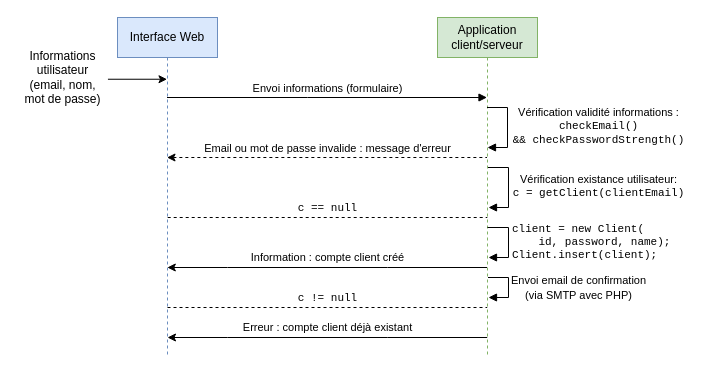
The draw.io diagram DAT/drawio/SSD-creation-compte.drawio in AlexisOsmont/Protection_et_gestion_des_licences, before the edit. Source tidied: cells renumbered, new cells numbered last; positions are measured from the earlier drawing's top-left corner, leaving out a move shared by most shapes. Both pictures are drawn from the tidied source at 100%, with x=0, y=0 at pixel (17, 17).
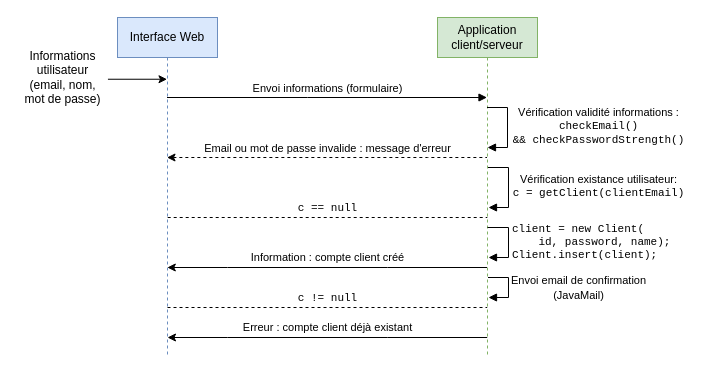
The same page after the edit.

Unchanged cells that the change refers to:
```xml
<mxCell id="3" value="&lt;div&gt;Application&lt;/div&gt;&lt;div&gt;client/serveur&lt;/div&gt;" style="shape=umlLifeline;perimeter=lifelinePerimeter;whiteSpace=wrap;html=1;outlineConnect=0;fillColor=#d5e8d4;strokeColor=#82b366;" parent="1" vertex="1">
  <mxGeometry x="420" width="100" height="340" as="geometry" />
</mxCell>
```

Change to the diagram source:
```diff
@@
-    <mxCell id="6" value="&lt;div&gt;&lt;font face=&quot;Helvetica&quot;&gt;Envoi email de confirmation&lt;/font&gt;&lt;/div&gt;&lt;div&gt;&lt;font face=&quot;Helvetica&quot;&gt;(via SMTP avec PHP)&lt;br&gt;&lt;/font&gt;&lt;/div&gt;" style="edgeStyle=orthogonalEdgeStyle;html=1;align=center;spacingLeft=2;endArrow=block;rounded=0;fontFamily=Courier New;" parent="3" edge="1">
-      <mxGeometry x="0.01" y="69" relative="1" as="geometry">
-        <mxPoint x="50.5" y="260" as="sourcePoint" />
-        <mxPoint x="51" y="280" as="targetPoint" />
-        <Array as="points">
-          <mxPoint x="71" y="260" />
-          <mxPoint x="71" y="280" />
-          <mxPoint x="51" y="280" />
-        </Array>
-      </mxGeometry>
-    </mxCell>
+    <mxCell id="16" value="&lt;div&gt;&lt;font face=&quot;Helvetica&quot;&gt;Envoi email de confirmation&lt;/font&gt;&lt;/div&gt;&lt;div&gt;&lt;font face=&quot;Helvetica&quot;&gt;(JavaMail)&lt;br&gt;&lt;/font&gt;&lt;/div&gt;" style="edgeStyle=orthogonalEdgeStyle;html=1;align=center;spacingLeft=2;endArrow=block;rounded=0;fontFamily=Courier New;" parent="3" edge="1">
+      <mxGeometry x="0.01" y="69" relative="1" as="geometry">
+        <mxPoint x="50.5" y="260" as="sourcePoint" />
+        <mxPoint x="51" y="280" as="targetPoint" />
+        <Array as="points">
+          <mxPoint x="71" y="260" />
+          <mxPoint x="71" y="280" />
+          <mxPoint x="51" y="280" />
+        </Array>
+      </mxGeometry>
+    </mxCell>
```
